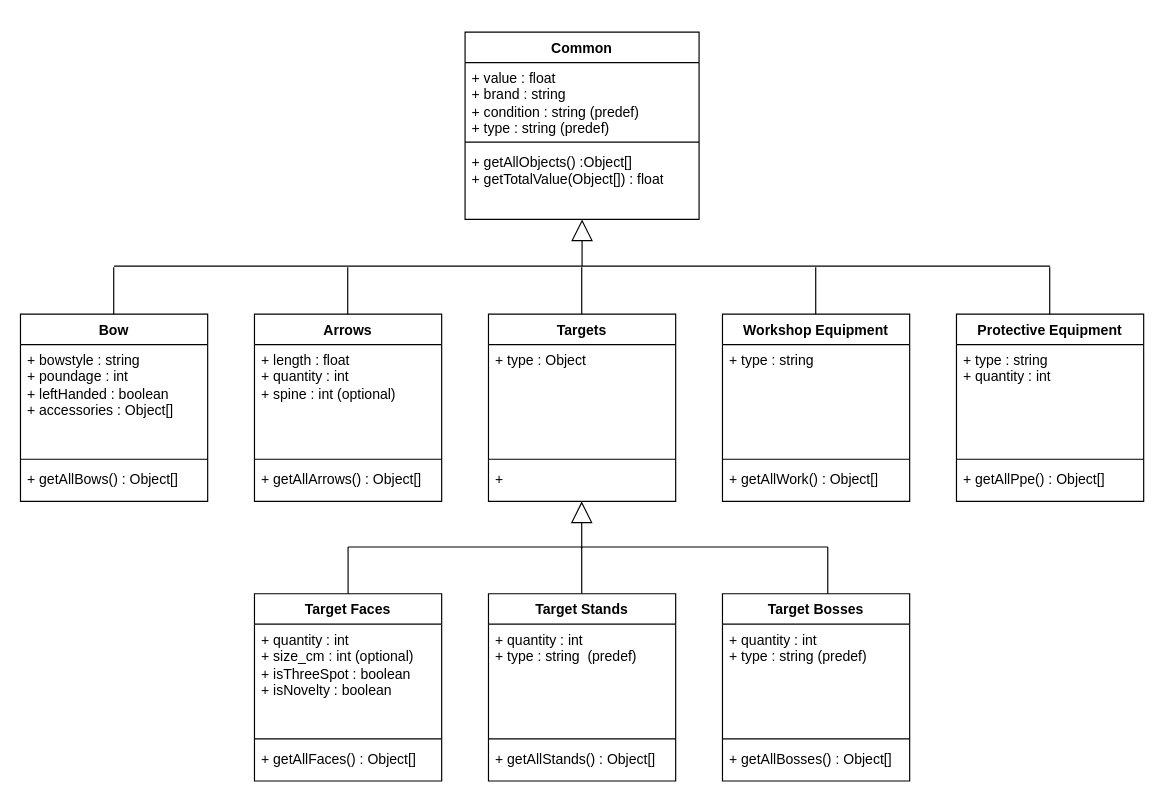
Above: 06-Diagrams/ClassDiagram.drawio in corey-richardson/ArrowTrack (draw.io), before the change. Source tidied: cells renumbered, new cells numbered last; positions are measured from the earlier drawing's top-left corner, leaving out a move shared by most shapes. Both pictures are drawn from the tidied source at 117%, with x=0, y=0 at pixel (20, 32).
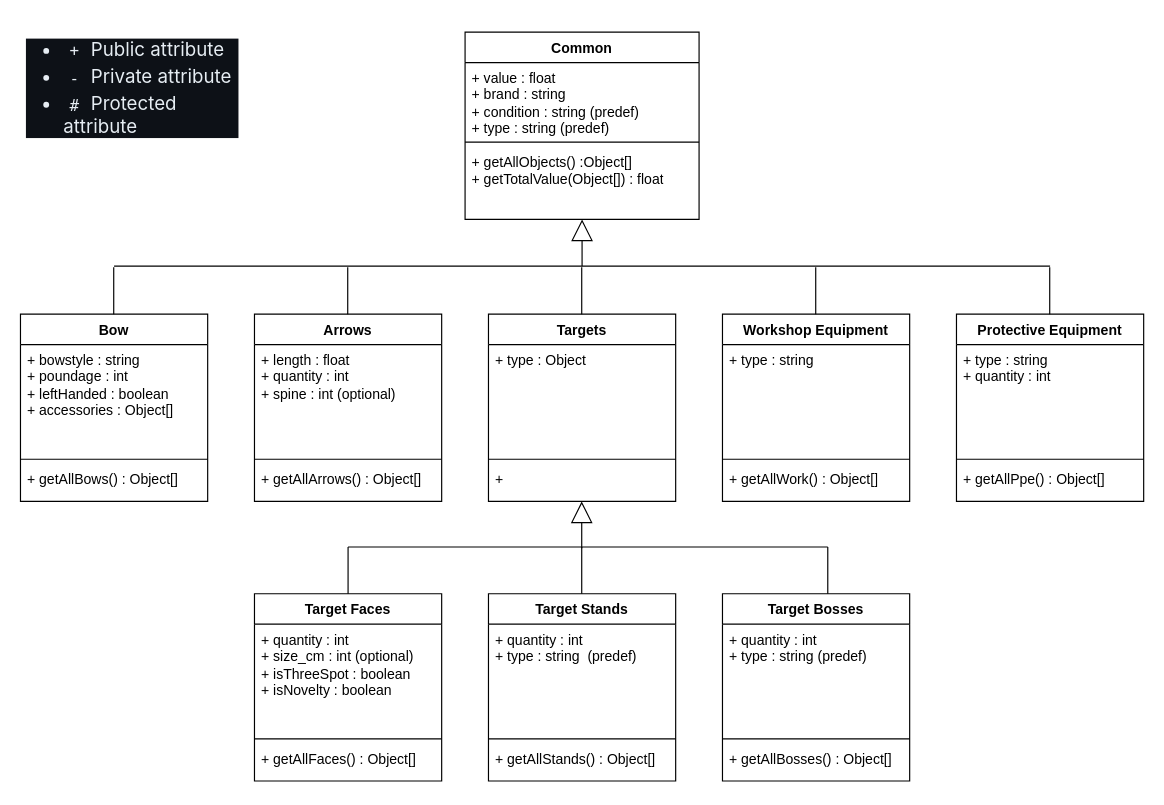
The same page after the edit.

Commit message (it also covers changes not shown here):
Added note re: UML OOP visibility

Diff of the diagram source:
```diff
@@
+    <mxCell id="50" value="&lt;h1&gt;&lt;ul style=&quot;box-sizing: border-box; padding-left: 2em; margin-top: 0px; margin-bottom: 16px; color: rgb(230, 237, 243); font-family: -apple-system, BlinkMacSystemFont, &amp;quot;Segoe UI&amp;quot;, &amp;quot;Noto Sans&amp;quot;, Helvetica, Arial, sans-serif, &amp;quot;Apple Color Emoji&amp;quot;, &amp;quot;Segoe UI Emoji&amp;quot;; font-size: 16px; font-weight: 400; background-color: rgb(13, 17, 23);&quot; dir=&quot;auto&quot;&gt;&lt;li style=&quot;box-sizing: border-box;&quot;&gt;&lt;code style=&quot;box-sizing: border-box; font-family: ui-monospace, SFMono-Regular, &amp;quot;SF Mono&amp;quot;, Menlo, Consolas, &amp;quot;Liberation Mono&amp;quot;, monospace; font-size: 13.6px; padding: 0.2em 0.4em; margin: 0px; background-color: var(--bgColor-neutral-muted, var(--color-neutral-muted)); border-radius: 6px;&quot;&gt;+&lt;/code&gt;&amp;nbsp;Public attribute&lt;/li&gt;&lt;li style=&quot;box-sizing: border-box; margin-top: 0.25em;&quot;&gt;&lt;code style=&quot;box-sizing: border-box; font-family: ui-monospace, SFMono-Regular, &amp;quot;SF Mono&amp;quot;, Menlo, Consolas, &amp;quot;Liberation Mono&amp;quot;, monospace; font-size: 13.6px; padding: 0.2em 0.4em; margin: 0px; background-color: var(--bgColor-neutral-muted, var(--color-neutral-muted)); border-radius: 6px;&quot;&gt;-&lt;/code&gt;&amp;nbsp;Private attribute&lt;/li&gt;&lt;li style=&quot;box-sizing: border-box; margin-top: 0.25em;&quot;&gt;&lt;code style=&quot;box-sizing: border-box; font-family: ui-monospace, SFMono-Regular, &amp;quot;SF Mono&amp;quot;, Menlo, Consolas, &amp;quot;Liberation Mono&amp;quot;, monospace; font-size: 13.6px; padding: 0.2em 0.4em; margin: 0px; background-color: var(--bgColor-neutral-muted, var(--color-neutral-muted)); border-radius: 6px;&quot;&gt;#&lt;/code&gt;&amp;nbsp;Protected attribute&lt;/li&gt;&lt;/ul&gt;&lt;/h1&gt;" style="text;html=1;strokeColor=none;fillColor=none;spacing=5;spacingTop=-20;whiteSpace=wrap;overflow=hidden;rounded=0;" parent="1" vertex="1">
+      <mxGeometry width="190" height="120" as="geometry" />
+    </mxCell>
```
